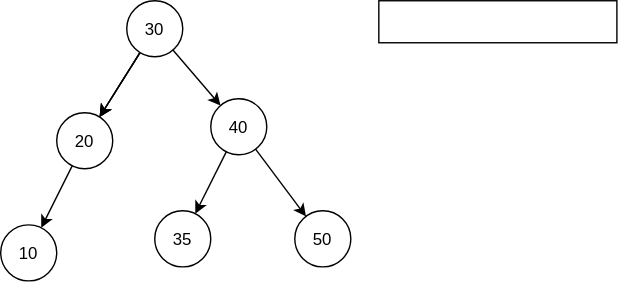
The draw.io diagram База/Структуры данных/2. Быстро находить данные и проверять условия/2.3. Проверять принадлежность и уникальность/Множество (Set)/binary-tree.drawio.svg in kosukhin/catalog, before a commit. Source tidied: cells renumbered, new cells last; positions are measured from the earlier drawing's top-left corner, leaving out a move shared by most shapes. Source of this version:
```xml
<mxGraphModel>
  <root>
    <mxCell id="0" />
    <mxCell id="1" parent="0" />
    <mxCell id="2" value="30" style="ellipse;whiteSpace=wrap;html=1;shapeInside=1;" parent="1" vertex="1">
      <mxGeometry x="90" width="40" height="40" as="geometry" />
    </mxCell>
    <mxCell id="3" style="edgeStyle=none;html=1;" parent="1" edge="1" source="2" target="4">
      <mxGeometry relative="1" as="geometry" />
    </mxCell>
    <mxCell id="4" value="20" style="ellipse;whiteSpace=wrap;html=1;shapeInside=1;" parent="1" vertex="1">
      <mxGeometry x="40" y="80" width="40" height="40" as="geometry" />
    </mxCell>
    <mxCell id="5" style="edgeStyle=none;html=1;" parent="1" edge="1" source="2" target="4">
      <mxGeometry relative="1" as="geometry" />
    </mxCell>
    <mxCell id="6" style="edgeStyle=none;html=1;" parent="1" edge="1" source="2" target="4">
      <mxGeometry relative="1" as="geometry" />
    </mxCell>
    <mxCell id="7" style="edgeStyle=none;html=1;" parent="1" edge="1" source="2" target="8">
      <mxGeometry relative="1" as="geometry" />
    </mxCell>
    <mxCell id="8" value="40" style="ellipse;whiteSpace=wrap;html=1;shapeInside=1;" parent="1" vertex="1">
      <mxGeometry x="150" y="70" width="40" height="40" as="geometry" />
    </mxCell>
    <mxCell id="9" style="edgeStyle=none;html=1;" parent="1" edge="1" source="8" target="10">
      <mxGeometry relative="1" as="geometry" />
    </mxCell>
    <mxCell id="10" value="35&lt;div&gt;&lt;br/&gt;&lt;/div&gt;" style="ellipse;whiteSpace=wrap;html=1;shapeInside=1;" parent="1" vertex="1">
      <mxGeometry x="110" y="150" width="40" height="40" as="geometry" />
    </mxCell>
    <mxCell id="11" style="edgeStyle=none;html=1;" parent="1" edge="1" source="8" target="12">
      <mxGeometry relative="1" as="geometry" />
    </mxCell>
    <mxCell id="12" value="50" style="ellipse;whiteSpace=wrap;html=1;shapeInside=1;" parent="1" vertex="1">
      <mxGeometry x="210" y="150" width="40" height="40" as="geometry" />
    </mxCell>
    <mxCell id="13" style="edgeStyle=none;html=1;" parent="1" edge="1" source="4" target="14">
      <mxGeometry relative="1" as="geometry" />
    </mxCell>
    <mxCell id="14" value="10&lt;div&gt;&lt;br/&gt;&lt;/div&gt;" style="ellipse;whiteSpace=wrap;html=1;shapeInside=1;" parent="1" vertex="1">
      <mxGeometry y="160" width="40" height="40" as="geometry" />
    </mxCell>
    <mxCell id="15" style="rounded=0;whiteSpace=wrap;html=1;" parent="1" vertex="1">
      <mxGeometry x="270" width="170" height="30" as="geometry" />
    </mxCell>
  </root>
</mxGraphModel>
```
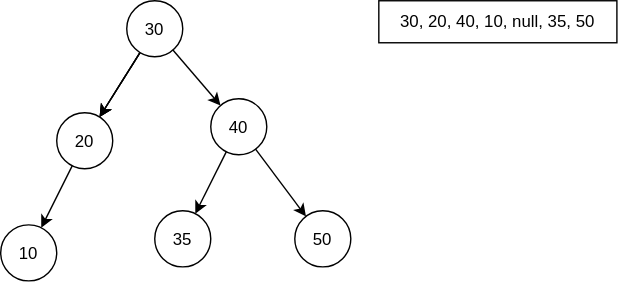
Later version of the same file.

Change to the diagram source:
```diff
@@ -41,7 +41,7 @@
     <mxCell id="14" value="10&lt;div&gt;&lt;br/&gt;&lt;/div&gt;" style="ellipse;whiteSpace=wrap;html=1;shapeInside=1;" parent="1" vertex="1">
       <mxGeometry y="160" width="40" height="40" as="geometry" />
     </mxCell>
-    <mxCell id="15" style="rounded=0;whiteSpace=wrap;html=1;" parent="1" vertex="1">
+    <mxCell id="15" value="30, 20, 40, 10, null, 35, 50" style="rounded=0;whiteSpace=wrap;html=1;" parent="1" vertex="1">
       <mxGeometry x="270" width="170" height="30" as="geometry" />
     </mxCell>
   </root>
```
